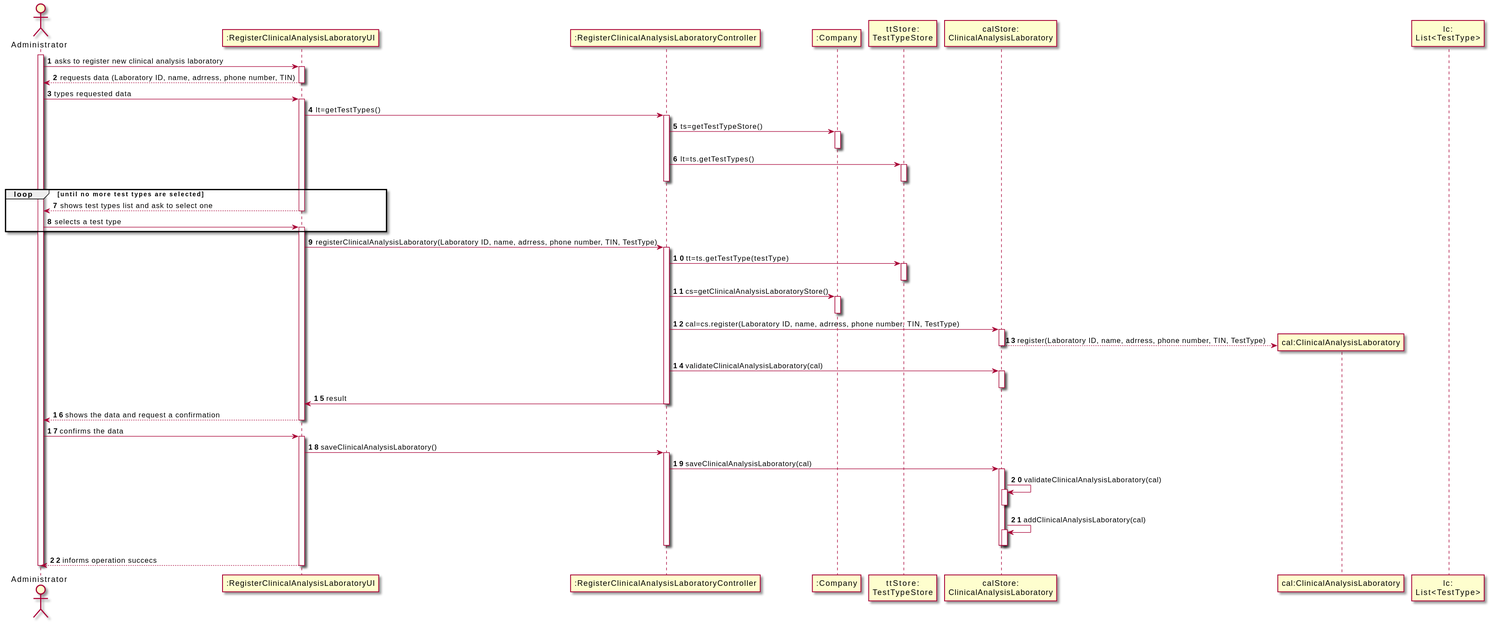
The PlantUML diagram docs/SprintB/US_8/ImagesUsed/US8_SD.svg in RuiRioPina/LAPR2-20-21, before a commit.
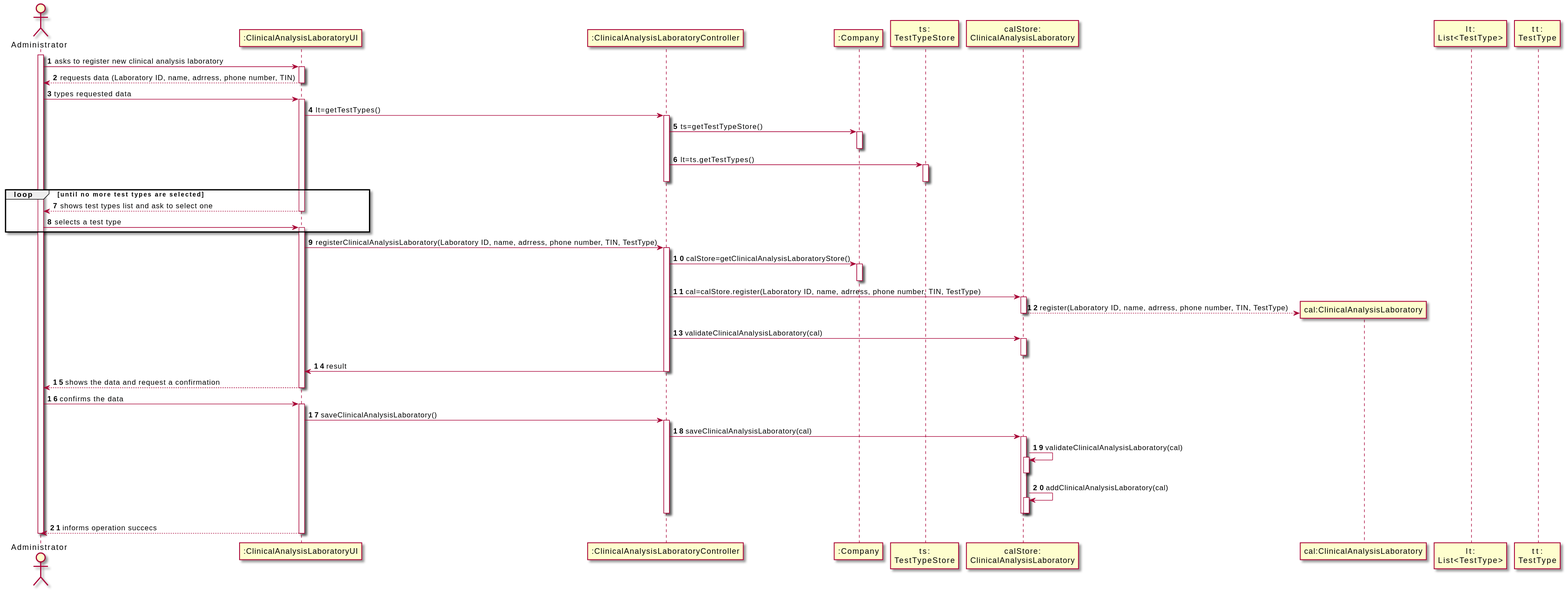
Above is the later version.

The edit, as a diff of the source:
```diff
@@ -2,13 +2,14 @@
 autonumber
 actor "Administrator" as ADMIN
 
-participant ":RegisterClinicalAnalysisLaboratoryUI" as UI
-participant ":RegisterClinicalAnalysisLaboratoryController" as CTRL
+participant ":ClinicalAnalysisLaboratoryUI" as UI
+participant ":ClinicalAnalysisLaboratoryController" as CTRL
 participant ":Company" as CMP
-participant "ttStore:\nTestTypeStore" as TTSTORE
+participant "ts:\nTestTypeStore" as TTSTORE
 participant "calStore:\nClinicalAnalysisLaboratory" as STORE
 participant "cal:ClinicalAnalysisLaboratory" as CAL
-participant "lc:\nList<TestType>" as lc
+participant "lt:\nList<TestType>" as lc
+participant "tt:\nTestType" as TT
 
 
 activate ADMIN
@@ -35,13 +36,11 @@
 end
 UI -> CTRL: registerClinicalAnalysisLaboratory(Laboratory ID, name, adrress, phone number, TIN, TestType)
 activate CTRL
-CTRL -> TTSTORE : tt=ts.getTestType(testType)
-activate TTSTORE
-deactivate TTSTORE
-CTRL -> CMP : cs=getClinicalAnalysisLaboratoryStore()
+
+CTRL -> CMP : calStore=getClinicalAnalysisLaboratoryStore()
 activate CMP
 deactivate CMP
-CTRL -> STORE : cal=cs.register(Laboratory ID, name, adrress, phone number, TIN, TestType)
+CTRL -> STORE : cal=calStore.register(Laboratory ID, name, adrress, phone number, TIN, TestType)
 activate STORE
 STORE --> CAL** : register(Laboratory ID, name, adrress, phone number, TIN, TestType)
 deactivate STORE
```
